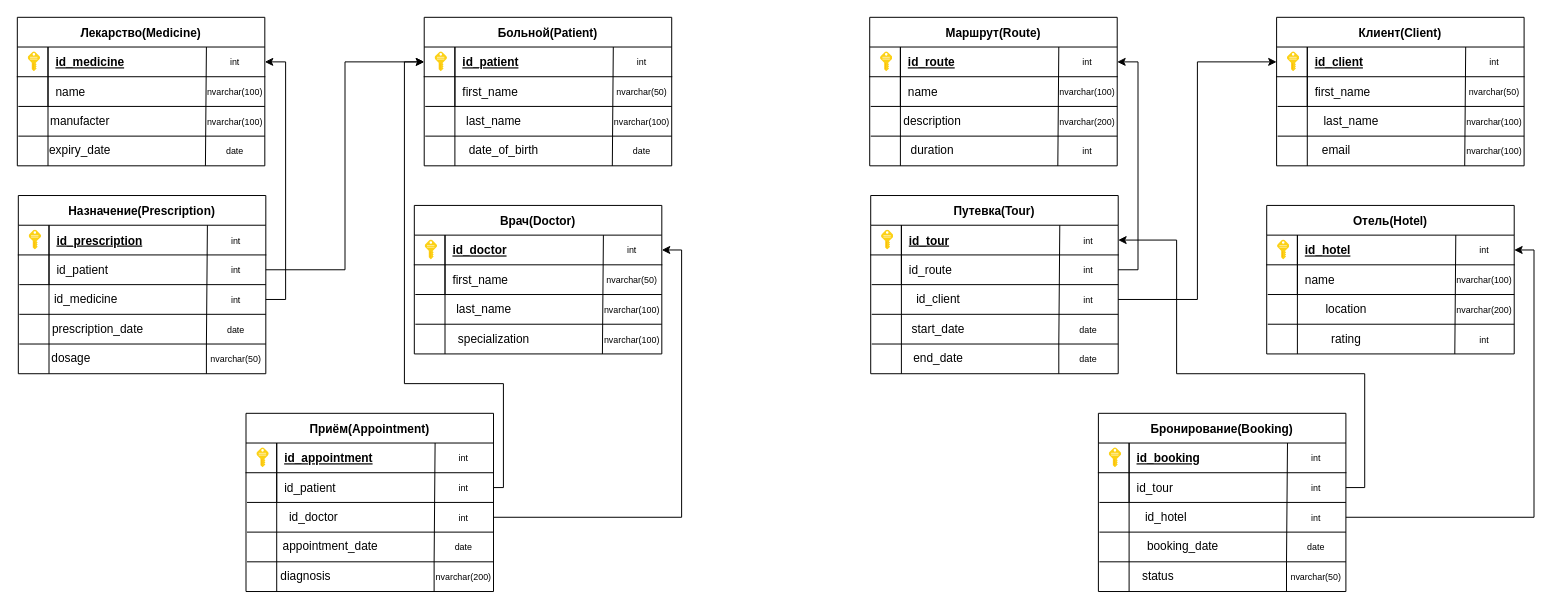
The draw.io diagram lab2.drawio in RomanKarsunkinWebPS2005/bdhomework, before the edit. Source tidied: cells renumbered, new cells numbered last; positions are measured from the earlier drawing's top-left corner, leaving out a move shared by most shapes. Both pictures are drawn from the tidied source at 99%, with x=0, y=0 at pixel (17, 17).
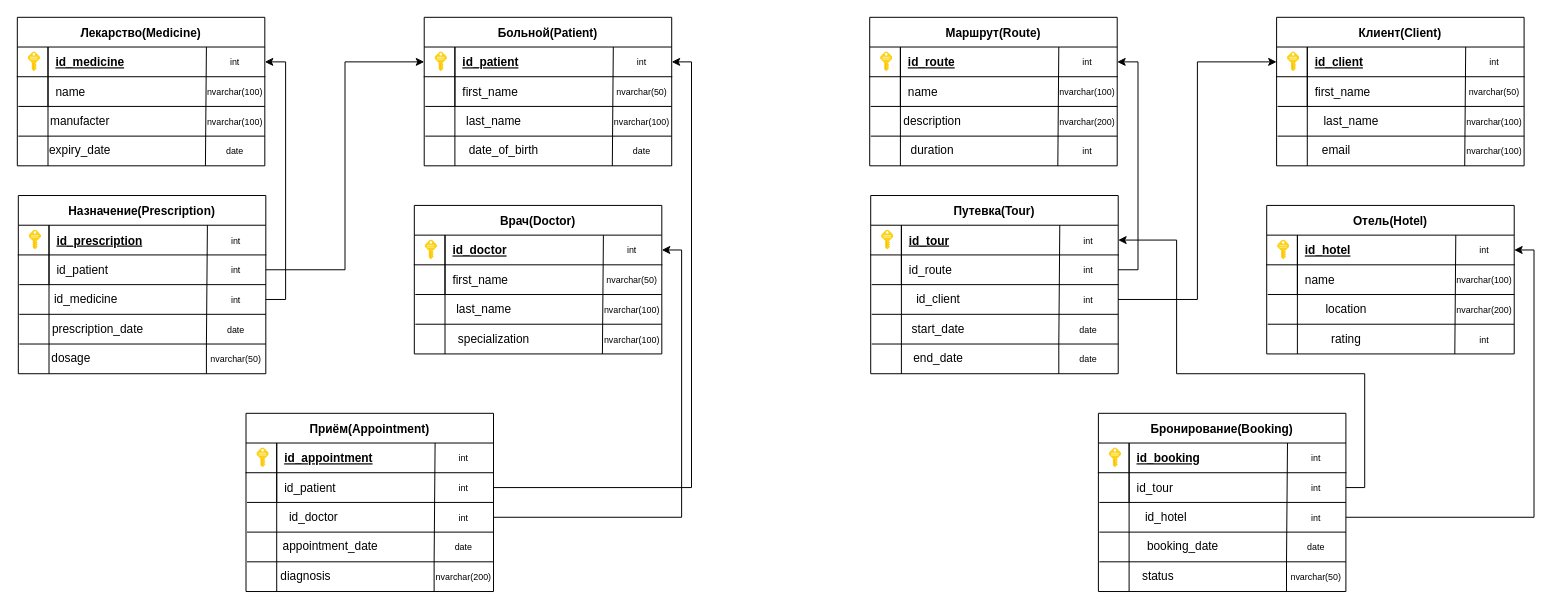
Above is the later version.

Unchanged cells that the change refers to:
```xml
<mxCell id="23" style="shape=partialRectangle;fillColor=none;points=[[0,0.5],[1,0.5]];portConstraint=eastwest;top=0;left=0;right=0;bottom=1;" parent="22" vertex="1">
  <mxGeometry y="30" width="250" height="30" as="geometry" />
</mxCell>
<mxCell id="31" value="&lt;font style=&quot;font-size: 9px;&quot;&gt;int&lt;/font&gt;" style="text;html=1;align=center;verticalAlign=middle;whiteSpace=wrap;rounded=0;" parent="21" vertex="1">
  <mxGeometry x="190" y="30" width="60" height="30" as="geometry" />
</mxCell>
<mxCell id="94" value="&lt;font style=&quot;font-size: 9px;&quot;&gt;int&lt;/font&gt;" style="text;html=1;align=center;verticalAlign=middle;whiteSpace=wrap;rounded=0;" parent="82" vertex="1">
  <mxGeometry x="190" y="60" width="60" height="30" as="geometry" />
</mxCell>
```

What changed in the source:
```diff
@@
-    <mxCell id="107" style="edgeStyle=orthogonalEdgeStyle;rounded=0;jettySize=auto;html=1;exitX=1;exitY=0.5;exitDx=0;exitDy=0;entryX=0;entryY=0.5;entryDx=0;entryDy=0;" parent="1" edge="1" source="94" target="23">
-      <mxGeometry relative="1" as="geometry">
-        <Array as="points">
-          <mxPoint x="491" y="475" />
-          <mxPoint x="491" y="370" />
-          <mxPoint x="391" y="370" />
-          <mxPoint x="391" y="45" />
-        </Array>
-      </mxGeometry>
-    </mxCell>
@@
+    <mxCell id="216" style="edgeStyle=orthogonalEdgeStyle;rounded=0;jettySize=auto;html=1;exitX=1;exitY=0.5;exitDx=0;exitDy=0;entryX=1;entryY=0.5;entryDx=0;entryDy=0;" parent="1" edge="1" source="94" target="31">
+      <mxGeometry relative="1" as="geometry" />
+    </mxCell>
```
